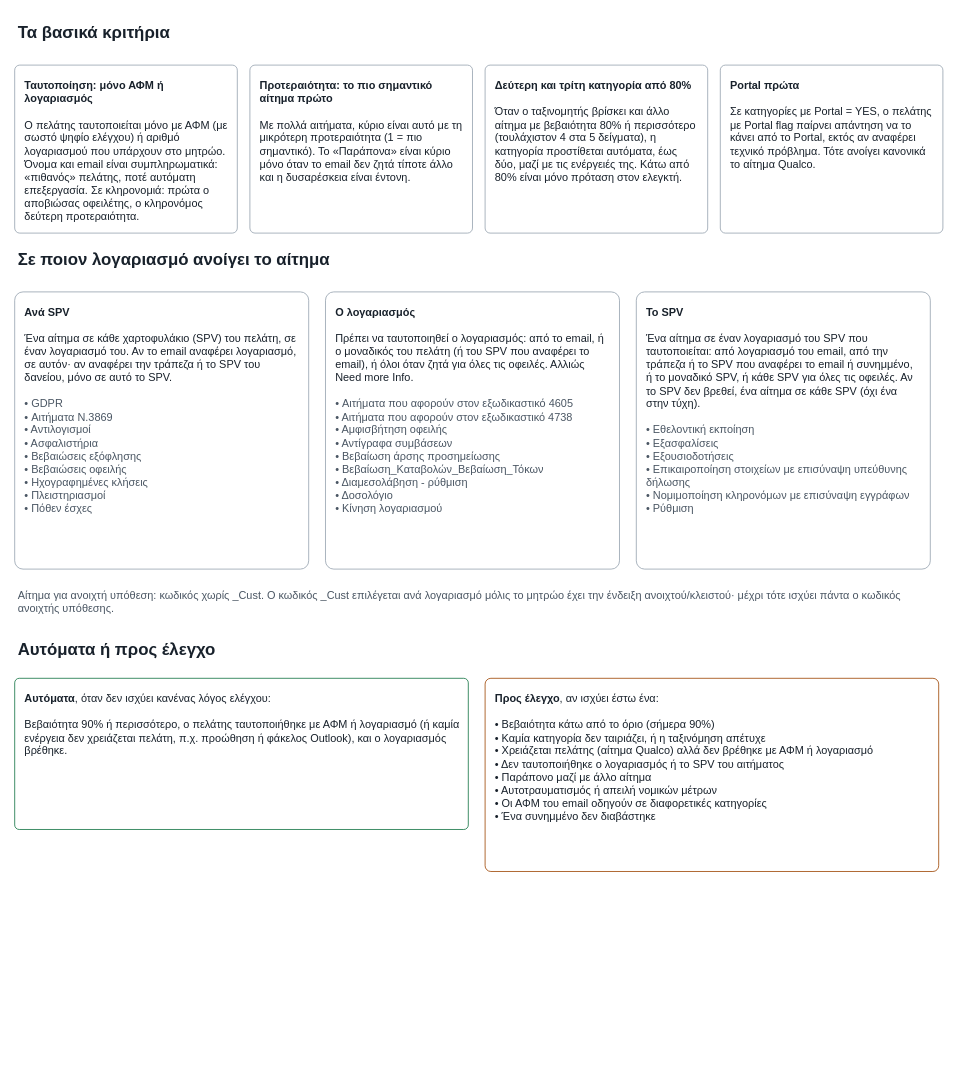
Earlier version of the draw.io diagram page "2 Κριτήρια και λογαριασμός" (2 of 6) of docs/decision_rules.drawio (nicoleplak/email-classification). Source tidied: cells renumbered, new cells numbered last; positions are measured from the earlier drawing's top-left corner, leaving out a move shared by most shapes. Both pictures are drawn from the tidied source at 84%, with x=0, y=0 at pixel (14, 14).
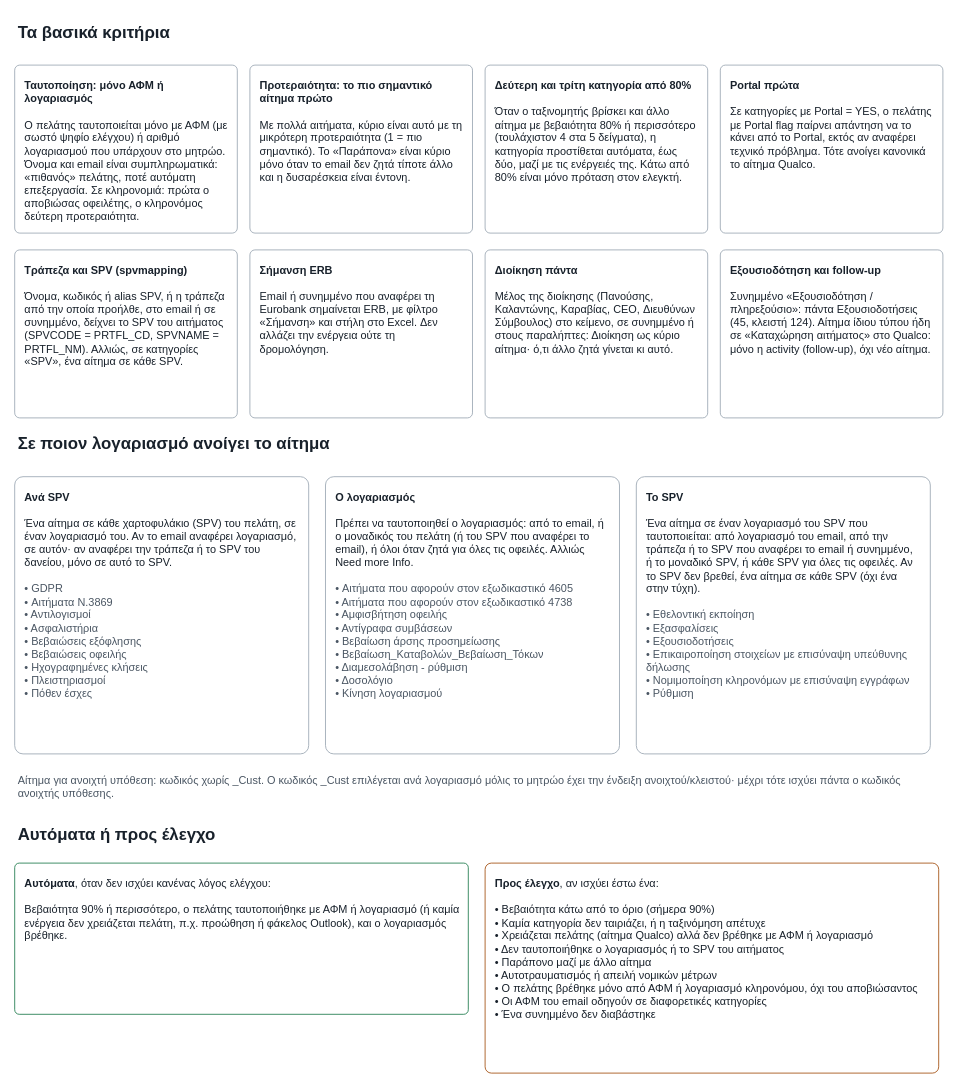
Above is the later version.

Commit message (it also covers changes not shown here):
Decision diagram: SPV mapping, ERB, Διοίκηση, Εξουσιοδότηση and follow-up as rules

Change to the diagram source:
```diff
@@
 <mxGraphModel>
   <root>
     <mxCell id="0" />
     <mxCell id="1" parent="0" />
     <mxCell id="2" value="&lt;b style=&quot;font-size:20px&quot;&gt;Τα βασικά κριτήρια&lt;/b&gt;" style="text;html=1;whiteSpace=wrap;align=left;verticalAlign=top;fontFamily=Helvetica;fontColor=#18212B;fontSize=13;spacing=4;" parent="1" vertex="1">
       <mxGeometry width="1100" height="40" as="geometry" />
     </mxCell>
     <mxCell id="3" value="&lt;b&gt;Ταυτοποίηση: μόνο ΑΦΜ ή λογαριασμός&lt;/b&gt;&lt;br&gt;&lt;br&gt;Ο πελάτης ταυτοποιείται μόνο με ΑΦΜ (με σωστό ψηφίο ελέγχου) ή αριθμό λογαριασμού που υπάρχουν στο μητρώο. Όνομα και email είναι συμπληρωματικά: «πιθανός» πελάτης, ποτέ αυτόματη επεξεργασία. Σε κληρονομιά: πρώτα ο αποβιώσας οφειλέτης, ο κληρονόμος δεύτερη προτεραιότητα." style="rounded=1;arcSize=3;whiteSpace=wrap;html=1;align=left;verticalAlign=top;spacing=12;fillColor=#FFFFFF;strokeColor=#9AA6B2;fontFamily=Helvetica;fontColor=#18212B;fontSize=12;fontSize=13;" parent="1" vertex="1">
       <mxGeometry y="60" width="265" height="200" as="geometry" />
     </mxCell>
     <mxCell id="4" value="&lt;b&gt;Προτεραιότητα: το πιο σημαντικό αίτημα πρώτο&lt;/b&gt;&lt;br&gt;&lt;br&gt;Με πολλά αιτήματα, κύριο είναι αυτό με τη μικρότερη προτεραιότητα (1 = πιο σημαντικό). Το «Παράπονα» είναι κύριο μόνο όταν το email δεν ζητά τίποτε άλλο και η δυσαρέσκεια είναι έντονη." style="rounded=1;arcSize=3;whiteSpace=wrap;html=1;align=left;verticalAlign=top;spacing=12;fillColor=#FFFFFF;strokeColor=#9AA6B2;fontFamily=Helvetica;fontColor=#18212B;fontSize=12;fontSize=13;" parent="1" vertex="1">
       <mxGeometry x="280" y="60" width="265" height="200" as="geometry" />
     </mxCell>
     <mxCell id="5" value="&lt;b&gt;Δεύτερη και τρίτη κατηγορία από 80%&lt;/b&gt;&lt;br&gt;&lt;br&gt;Όταν ο ταξινομητής βρίσκει και άλλο αίτημα με βεβαιότητα 80% ή περισσότερο (τουλάχιστον 4 στα 5 δείγματα), η κατηγορία προστίθεται αυτόματα, έως δύο, μαζί με τις ενέργειές της. Κάτω από 80% είναι μόνο πρόταση στον ελεγκτή." style="rounded=1;arcSize=3;whiteSpace=wrap;html=1;align=left;verticalAlign=top;spacing=12;fillColor=#FFFFFF;strokeColor=#9AA6B2;fontFamily=Helvetica;fontColor=#18212B;fontSize=12;fontSize=13;" parent="1" vertex="1">
       <mxGeometry x="560" y="60" width="265" height="200" as="geometry" />
     </mxCell>
     <mxCell id="6" value="&lt;b&gt;Portal πρώτα&lt;/b&gt;&lt;br&gt;&lt;br&gt;Σε κατηγορίες με Portal = YES, ο πελάτης με Portal flag παίρνει απάντηση να το κάνει από το Portal, εκτός αν αναφέρει τεχνικό πρόβλημα. Τότε ανοίγει κανονικά το αίτημα Qualco." style="rounded=1;arcSize=3;whiteSpace=wrap;html=1;align=left;verticalAlign=top;spacing=12;fillColor=#FFFFFF;strokeColor=#9AA6B2;fontFamily=Helvetica;fontColor=#18212B;fontSize=12;fontSize=13;" parent="1" vertex="1">
       <mxGeometry x="840" y="60" width="265" height="200" as="geometry" />
     </mxCell>
-    <mxCell id="7" value="&lt;b style=&quot;font-size:20px&quot;&gt;Σε ποιον λογαριασμό ανοίγει το αίτημα&lt;/b&gt;" style="text;html=1;whiteSpace=wrap;align=left;verticalAlign=top;fontFamily=Helvetica;fontColor=#18212B;fontSize=13;spacing=4;" parent="1" vertex="1">
-      <mxGeometry y="270" width="1100" height="40" as="geometry" />
+    <mxCell id="7" value="&lt;b&gt;Τράπεζα και SPV (spvmapping)&lt;/b&gt;&lt;br&gt;&lt;br&gt;Όνομα, κωδικός ή alias SPV, ή η τράπεζα από την οποία προήλθε, στο email ή σε συνημμένο, δείχνει το SPV του αιτήματος (SPVCODE = PRTFL_CD, SPVNAME = PRTFL_NM). Αλλιώς, σε κατηγορίες «SPV», ένα αίτημα σε κάθε SPV." style="rounded=1;arcSize=3;whiteSpace=wrap;html=1;align=left;verticalAlign=top;spacing=12;fillColor=#FFFFFF;strokeColor=#9AA6B2;fontFamily=Helvetica;fontColor=#18212B;fontSize=12;fontSize=13;" parent="1" vertex="1">
+      <mxGeometry y="280" width="265" height="200" as="geometry" />
     </mxCell>
-    <mxCell id="8" value="&lt;b&gt;Ανά SPV&lt;/b&gt;&lt;br&gt;&lt;br&gt;Ένα αίτημα σε κάθε χαρτοφυλάκιο (SPV) του πελάτη, σε έναν λογαριασμό του. Αν το email αναφέρει λογαριασμό, σε αυτόν· αν αναφέρει την τράπεζα ή το SPV του δανείου, μόνο σε αυτό το SPV.&lt;br&gt;&lt;br&gt;&lt;font color=&quot;#4A5663&quot;&gt;• GDPR&lt;br&gt;• Αιτήματα Ν.3869&lt;br&gt;• Αντιλογισμοί&lt;br&gt;• Ασφαλιστήρια&lt;br&gt;• Βεβαιώσεις εξόφλησης&lt;br&gt;• Βεβαιώσεις οφειλής&lt;br&gt;• Ηχογραφημένες κλήσεις&lt;br&gt;• Πλειστηριασμοί&lt;br&gt;• Πόθεν έσχες&lt;/font&gt;" style="rounded=1;arcSize=3;whiteSpace=wrap;html=1;align=left;verticalAlign=top;spacing=12;fillColor=#FFFFFF;strokeColor=#9AA6B2;fontFamily=Helvetica;fontColor=#18212B;fontSize=12;fontSize=13;" parent="1" vertex="1">
-      <mxGeometry y="330" width="350" height="330" as="geometry" />
+    <mxCell id="8" value="&lt;b&gt;Σήμανση ERB&lt;/b&gt;&lt;br&gt;&lt;br&gt;Email ή συνημμένο που αναφέρει τη Eurobank σημαίνεται ERB, με φίλτρο «Σήμανση» και στήλη στο Excel. Δεν αλλάζει την ενέργεια ούτε τη δρομολόγηση." style="rounded=1;arcSize=3;whiteSpace=wrap;html=1;align=left;verticalAlign=top;spacing=12;fillColor=#FFFFFF;strokeColor=#9AA6B2;fontFamily=Helvetica;fontColor=#18212B;fontSize=12;fontSize=13;" parent="1" vertex="1">
+      <mxGeometry x="280" y="280" width="265" height="200" as="geometry" />
     </mxCell>
-    <mxCell id="9" value="&lt;b&gt;Ο λογαριασμός&lt;/b&gt;&lt;br&gt;&lt;br&gt;Πρέπει να ταυτοποιηθεί ο λογαριασμός: από το email, ή ο μοναδικός του πελάτη (ή του SPV που αναφέρει το email), ή όλοι όταν ζητά για όλες τις οφειλές. Αλλιώς Need more Info.&lt;br&gt;&lt;br&gt;&lt;font color=&quot;#4A5663&quot;&gt;• Αιτήματα που αφορούν στον εξωδικαστικό 4605&lt;br&gt;• Αιτήματα που αφορούν στον εξωδικαστικό 4738&lt;br&gt;• Αμφισβήτηση οφειλής&lt;br&gt;• Αντίγραφα συμβάσεων&lt;br&gt;• Βεβαίωση άρσης προσημείωσης&lt;br&gt;• Βεβαίωση_Καταβολών_Βεβαίωση_Τόκων&lt;br&gt;• Διαμεσολάβηση - ρύθμιση&lt;br&gt;• Δοσολόγιο&lt;br&gt;• Κίνηση λογαριασμού&lt;/font&gt;" style="rounded=1;arcSize=3;whiteSpace=wrap;html=1;align=left;verticalAlign=top;spacing=12;fillColor=#FFFFFF;strokeColor=#9AA6B2;fontFamily=Helvetica;fontColor=#18212B;fontSize=12;fontSize=13;" parent="1" vertex="1">
-      <mxGeometry x="370" y="330" width="350" height="330" as="geometry" />
+    <mxCell id="9" value="&lt;b&gt;Διοίκηση πάντα&lt;/b&gt;&lt;br&gt;&lt;br&gt;Μέλος της διοίκησης (Πανούσης, Καλαντώνης, Καραβίας, CEO, Διευθύνων Σύμβουλος) στο κείμενο, σε συνημμένο ή στους παραλήπτες: Διοίκηση ως κύριο αίτημα· ό,τι άλλο ζητά γίνεται κι αυτό." style="rounded=1;arcSize=3;whiteSpace=wrap;html=1;align=left;verticalAlign=top;spacing=12;fillColor=#FFFFFF;strokeColor=#9AA6B2;fontFamily=Helvetica;fontColor=#18212B;fontSize=12;fontSize=13;" parent="1" vertex="1">
+      <mxGeometry x="560" y="280" width="265" height="200" as="geometry" />
     </mxCell>
-    <mxCell id="10" value="&lt;b&gt;Το SPV&lt;/b&gt;&lt;br&gt;&lt;br&gt;Ένα αίτημα σε έναν λογαριασμό του SPV που ταυτοποιείται: από λογαριασμό του email, από την τράπεζα ή το SPV που αναφέρει το email ή συνημμένο, ή το μοναδικό SPV, ή κάθε SPV για όλες τις οφειλές. Αν το SPV δεν βρεθεί, ένα αίτημα σε κάθε SPV (όχι ένα στην τύχη).&lt;br&gt;&lt;br&gt;&lt;font color=&quot;#4A5663&quot;&gt;• Εθελοντική εκποίηση&lt;br&gt;• Εξασφαλίσεις&lt;br&gt;• Εξουσιοδοτήσεις&lt;br&gt;• Επικαιροποίηση στοιχείων με επισύναψη υπεύθυνης δήλωσης&lt;br&gt;• Νομιμοποίηση κληρονόμων με επισύναψη εγγράφων&lt;br&gt;• Ρύθμιση&lt;/font&gt;" style="rounded=1;arcSize=3;whiteSpace=wrap;html=1;align=left;verticalAlign=top;spacing=12;fillColor=#FFFFFF;strokeColor=#9AA6B2;fontFamily=Helvetica;fontColor=#18212B;fontSize=12;fontSize=13;" parent="1" vertex="1">
-      <mxGeometry x="740" y="330" width="350" height="330" as="geometry" />
+    <mxCell id="10" value="&lt;b&gt;Εξουσιοδότηση και follow-up&lt;/b&gt;&lt;br&gt;&lt;br&gt;Συνημμένο «Εξουσιοδότηση / πληρεξούσιο»: πάντα Εξουσιοδοτήσεις (45, κλειστή 124). Αίτημα ίδιου τύπου ήδη σε «Καταχώρηση αιτήματος» στο Qualco: μόνο η activity (follow-up), όχι νέο αίτημα." style="rounded=1;arcSize=3;whiteSpace=wrap;html=1;align=left;verticalAlign=top;spacing=12;fillColor=#FFFFFF;strokeColor=#9AA6B2;fontFamily=Helvetica;fontColor=#18212B;fontSize=12;fontSize=13;" parent="1" vertex="1">
+      <mxGeometry x="840" y="280" width="265" height="200" as="geometry" />
     </mxCell>
-    <mxCell id="11" value="&lt;font color=&quot;#4A5663&quot;&gt;Αίτημα για ανοιχτή υπόθεση: κωδικός χωρίς _Cust. Ο κωδικός _Cust επιλέγεται ανά λογαριασμό μόλις το μητρώο έχει την ένδειξη ανοιχτού/κλειστού· μέχρι τότε ισχύει πάντα ο κωδικός ανοιχτής υπόθεσης.&lt;/font&gt;" style="text;html=1;whiteSpace=wrap;align=left;verticalAlign=top;fontFamily=Helvetica;fontColor=#18212B;fontSize=13;spacing=4;" parent="1" vertex="1">
-      <mxGeometry y="675" width="1100" height="40" as="geometry" />
+    <mxCell id="11" value="&lt;b style=&quot;font-size:20px&quot;&gt;Σε ποιον λογαριασμό ανοίγει το αίτημα&lt;/b&gt;" style="text;html=1;whiteSpace=wrap;align=left;verticalAlign=top;fontFamily=Helvetica;fontColor=#18212B;fontSize=13;spacing=4;" parent="1" vertex="1">
+      <mxGeometry y="490" width="1100" height="40" as="geometry" />
     </mxCell>
-    <mxCell id="12" value="&lt;b style=&quot;font-size:20px&quot;&gt;Αυτόματα ή προς έλεγχο&lt;/b&gt;" style="text;html=1;whiteSpace=wrap;align=left;verticalAlign=top;fontFamily=Helvetica;fontColor=#18212B;fontSize=13;spacing=4;" parent="1" vertex="1">
-      <mxGeometry y="735" width="1100" height="40" as="geometry" />
+    <mxCell id="12" value="&lt;b&gt;Ανά SPV&lt;/b&gt;&lt;br&gt;&lt;br&gt;Ένα αίτημα σε κάθε χαρτοφυλάκιο (SPV) του πελάτη, σε έναν λογαριασμό του. Αν το email αναφέρει λογαριασμό, σε αυτόν· αν αναφέρει την τράπεζα ή το SPV του δανείου, μόνο σε αυτό το SPV.&lt;br&gt;&lt;br&gt;&lt;font color=&quot;#4A5663&quot;&gt;• GDPR&lt;br&gt;• Αιτήματα Ν.3869&lt;br&gt;• Αντιλογισμοί&lt;br&gt;• Ασφαλιστήρια&lt;br&gt;• Βεβαιώσεις εξόφλησης&lt;br&gt;• Βεβαιώσεις οφειλής&lt;br&gt;• Ηχογραφημένες κλήσεις&lt;br&gt;• Πλειστηριασμοί&lt;br&gt;• Πόθεν έσχες&lt;/font&gt;" style="rounded=1;arcSize=3;whiteSpace=wrap;html=1;align=left;verticalAlign=top;spacing=12;fillColor=#FFFFFF;strokeColor=#9AA6B2;fontFamily=Helvetica;fontColor=#18212B;fontSize=12;fontSize=13;" parent="1" vertex="1">
+      <mxGeometry y="550" width="350" height="330" as="geometry" />
     </mxCell>
-    <mxCell id="13" value="&lt;b&gt;Αυτόματα&lt;/b&gt;, όταν δεν ισχύει κανένας λόγος ελέγχου:&lt;br&gt;&lt;br&gt;Βεβαιότητα 90% ή περισσότερο, ο πελάτης ταυτοποιήθηκε με ΑΦΜ ή λογαριασμό (ή καμία ενέργεια δεν χρειάζεται πελάτη, π.χ. προώθηση ή φάκελος Outlook), και ο λογαριασμός βρέθηκε." style="rounded=1;arcSize=3;whiteSpace=wrap;html=1;align=left;verticalAlign=top;spacing=12;fillColor=#FFFFFF;strokeColor=#9AA6B2;fontFamily=Helvetica;fontColor=#18212B;fontSize=12;fontSize=13;strokeColor=#1D7A4C;" parent="1" vertex="1">
-      <mxGeometry y="790" width="540" height="180" as="geometry" />
+    <mxCell id="13" value="&lt;b&gt;Ο λογαριασμός&lt;/b&gt;&lt;br&gt;&lt;br&gt;Πρέπει να ταυτοποιηθεί ο λογαριασμός: από το email, ή ο μοναδικός του πελάτη (ή του SPV που αναφέρει το email), ή όλοι όταν ζητά για όλες τις οφειλές. Αλλιώς Need more Info.&lt;br&gt;&lt;br&gt;&lt;font color=&quot;#4A5663&quot;&gt;• Αιτήματα που αφορούν στον εξωδικαστικό 4605&lt;br&gt;• Αιτήματα που αφορούν στον εξωδικαστικό 4738&lt;br&gt;• Αμφισβήτηση οφειλής&lt;br&gt;• Αντίγραφα συμβάσεων&lt;br&gt;• Βεβαίωση άρσης προσημείωσης&lt;br&gt;• Βεβαίωση_Καταβολών_Βεβαίωση_Τόκων&lt;br&gt;• Διαμεσολάβηση - ρύθμιση&lt;br&gt;• Δοσολόγιο&lt;br&gt;• Κίνηση λογαριασμού&lt;/font&gt;" style="rounded=1;arcSize=3;whiteSpace=wrap;html=1;align=left;verticalAlign=top;spacing=12;fillColor=#FFFFFF;strokeColor=#9AA6B2;fontFamily=Helvetica;fontColor=#18212B;fontSize=12;fontSize=13;" parent="1" vertex="1">
+      <mxGeometry x="370" y="550" width="350" height="330" as="geometry" />
     </mxCell>
-    <mxCell id="14" value="&lt;b&gt;Προς έλεγχο&lt;/b&gt;, αν ισχύει έστω ένα:&lt;br&gt;&lt;br&gt;• Βεβαιότητα κάτω από το όριο (σήμερα 90%)&lt;br&gt;• Καμία κατηγορία δεν ταιριάζει, ή η ταξινόμηση απέτυχε&lt;br&gt;• Χρειάζεται πελάτης (αίτημα Qualco) αλλά δεν βρέθηκε με ΑΦΜ ή λογαριασμό&lt;br&gt;• Δεν ταυτοποιήθηκε ο λογαριασμός ή το SPV του αιτήματος&lt;br&gt;• Παράπονο μαζί με άλλο αίτημα&lt;br&gt;• Αυτοτραυματισμός ή απειλή νομικών μέτρων&lt;br&gt;• Οι ΑΦΜ του email οδηγούν σε διαφορετικές κατηγορίες&lt;br&gt;• Ένα συνημμένο δεν διαβάστηκε" style="rounded=1;arcSize=3;whiteSpace=wrap;html=1;align=left;verticalAlign=top;spacing=12;fillColor=#FFFFFF;strokeColor=#9AA6B2;fontFamily=Helvetica;fontColor=#18212B;fontSize=12;fontSize=13;strokeColor=#A14D0E;" parent="1" vertex="1">
-      <mxGeometry x="560" y="790" width="540" height="230" as="geometry" />
+    <mxCell id="14" value="&lt;b&gt;Το SPV&lt;/b&gt;&lt;br&gt;&lt;br&gt;Ένα αίτημα σε έναν λογαριασμό του SPV που ταυτοποιείται: από λογαριασμό του email, από την τράπεζα ή το SPV που αναφέρει το email ή συνημμένο, ή το μοναδικό SPV, ή κάθε SPV για όλες τις οφειλές. Αν το SPV δεν βρεθεί, ένα αίτημα σε κάθε SPV (όχι ένα στην τύχη).&lt;br&gt;&lt;br&gt;&lt;font color=&quot;#4A5663&quot;&gt;• Εθελοντική εκποίηση&lt;br&gt;• Εξασφαλίσεις&lt;br&gt;• Εξουσιοδοτήσεις&lt;br&gt;• Επικαιροποίηση στοιχείων με επισύναψη υπεύθυνης δήλωσης&lt;br&gt;• Νομιμοποίηση κληρονόμων με επισύναψη εγγράφων&lt;br&gt;• Ρύθμιση&lt;/font&gt;" style="rounded=1;arcSize=3;whiteSpace=wrap;html=1;align=left;verticalAlign=top;spacing=12;fillColor=#FFFFFF;strokeColor=#9AA6B2;fontFamily=Helvetica;fontColor=#18212B;fontSize=12;fontSize=13;" parent="1" vertex="1">
+      <mxGeometry x="740" y="550" width="350" height="330" as="geometry" />
     </mxCell>
+    <mxCell id="15" value="&lt;font color=&quot;#4A5663&quot;&gt;Αίτημα για ανοιχτή υπόθεση: κωδικός χωρίς _Cust. Ο κωδικός _Cust επιλέγεται ανά λογαριασμό μόλις το μητρώο έχει την ένδειξη ανοιχτού/κλειστού· μέχρι τότε ισχύει πάντα ο κωδικός ανοιχτής υπόθεσης.&lt;/font&gt;" style="text;html=1;whiteSpace=wrap;align=left;verticalAlign=top;fontFamily=Helvetica;fontColor=#18212B;fontSize=13;spacing=4;" parent="1" vertex="1">
+      <mxGeometry y="895" width="1100" height="40" as="geometry" />
+    </mxCell>
+    <mxCell id="16" value="&lt;b style=&quot;font-size:20px&quot;&gt;Αυτόματα ή προς έλεγχο&lt;/b&gt;" style="text;html=1;whiteSpace=wrap;align=left;verticalAlign=top;fontFamily=Helvetica;fontColor=#18212B;fontSize=13;spacing=4;" parent="1" vertex="1">
+      <mxGeometry y="955" width="1100" height="40" as="geometry" />
+    </mxCell>
+    <mxCell id="17" value="&lt;b&gt;Αυτόματα&lt;/b&gt;, όταν δεν ισχύει κανένας λόγος ελέγχου:&lt;br&gt;&lt;br&gt;Βεβαιότητα 90% ή περισσότερο, ο πελάτης ταυτοποιήθηκε με ΑΦΜ ή λογαριασμό (ή καμία ενέργεια δεν χρειάζεται πελάτη, π.χ. προώθηση ή φάκελος Outlook), και ο λογαριασμός βρέθηκε." style="rounded=1;arcSize=3;whiteSpace=wrap;html=1;align=left;verticalAlign=top;spacing=12;fillColor=#FFFFFF;strokeColor=#9AA6B2;fontFamily=Helvetica;fontColor=#18212B;fontSize=12;fontSize=13;strokeColor=#1D7A4C;" parent="1" vertex="1">
+      <mxGeometry y="1010" width="540" height="180" as="geometry" />
+    </mxCell>
+    <mxCell id="18" value="&lt;b&gt;Προς έλεγχο&lt;/b&gt;, αν ισχύει έστω ένα:&lt;br&gt;&lt;br&gt;• Βεβαιότητα κάτω από το όριο (σήμερα 90%)&lt;br&gt;• Καμία κατηγορία δεν ταιριάζει, ή η ταξινόμηση απέτυχε&lt;br&gt;• Χρειάζεται πελάτης (αίτημα Qualco) αλλά δεν βρέθηκε με ΑΦΜ ή λογαριασμό&lt;br&gt;• Δεν ταυτοποιήθηκε ο λογαριασμός ή το SPV του αιτήματος&lt;br&gt;• Παράπονο μαζί με άλλο αίτημα&lt;br&gt;• Αυτοτραυματισμός ή απειλή νομικών μέτρων&lt;br&gt;• Ο πελάτης βρέθηκε μόνο από ΑΦΜ ή λογαριασμό κληρονόμου, όχι του αποβιώσαντος&lt;br&gt;• Οι ΑΦΜ του email οδηγούν σε διαφορετικές κατηγορίες&lt;br&gt;• Ένα συνημμένο δεν διαβάστηκε" style="rounded=1;arcSize=3;whiteSpace=wrap;html=1;align=left;verticalAlign=top;spacing=12;fillColor=#FFFFFF;strokeColor=#9AA6B2;fontFamily=Helvetica;fontColor=#18212B;fontSize=12;fontSize=13;strokeColor=#A14D0E;" parent="1" vertex="1">
+      <mxGeometry x="560" y="1010" width="540" height="250" as="geometry" />
+    </mxCell>
   </root>
 </mxGraphModel>
```
